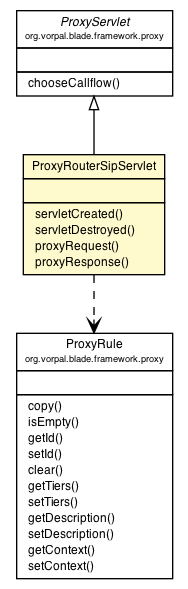
Earlier version of the Graphviz export blade/vorpal-blade-proxy-router/org/vorpal/blade/services/proxy/router/ProxyRouterSipServlet.png (vorpalnet/vorpalnet.github.io). Its source is kept beside it as blade/vorpal-blade-proxy-router/org/vorpal/blade/services/proxy/router/ProxyRouterSipServlet.dot. Source of this version:
```dot

digraph G {
	edge [fontname="Helvetica",fontsize=10,labelfontname="Helvetica",labelfontsize=10];
	node [fontname="Helvetica",fontsize=10,shape=plaintext];
	nodesep=0.25;
	ranksep=0.5;
	c57 [label=<<table title="org.vorpal.blade.services.proxy.router.ProxyRouterSipServlet" border="0" cellborder="1" cellspacing="0" cellpadding="2" port="p" bgcolor="lemonChiffon" href="./ProxyRouterSipServlet.html">
		<tr><td><table border="0" cellspacing="0" cellpadding="1">
<tr><td align="center" balign="center"> ProxyRouterSipServlet </td></tr>
		</table></td></tr>
		<tr><td><table border="0" cellspacing="0" cellpadding="1">
<tr><td align="left" balign="left">  </td></tr>
		</table></td></tr>
		<tr><td><table border="0" cellspacing="0" cellpadding="1">
<tr><td align="left" balign="left">  servletCreated() </td></tr>
<tr><td align="left" balign="left">  servletDestroyed() </td></tr>
<tr><td align="left" balign="left">  proxyRequest() </td></tr>
<tr><td align="left" balign="left">  proxyResponse() </td></tr>
		</table></td></tr>
		</table>>, fontname="Helvetica", fontcolor="black", fontsize=9.0];
	c59:p -> c57:p [dir=back,arrowtail=empty];
	c57:p -> c60:p [taillabel="", label="", headlabel="", fontname="Helvetica", fontcolor="black", fontsize=10.0, color="black", arrowhead=open, style=dashed];
	c60 [label=<<table title="org.vorpal.blade.framework.proxy.ProxyRule" border="0" cellborder="1" cellspacing="0" cellpadding="2" port="p" href="http://java.sun.com/j2se/1.4.2/docs/api/org/vorpal/blade/framework/proxy/ProxyRule.html">
		<tr><td><table border="0" cellspacing="0" cellpadding="1">
<tr><td align="center" balign="center"> ProxyRule </td></tr>
<tr><td align="center" balign="center"><font point-size="7.0"> org.vorpal.blade.framework.proxy </font></td></tr>
		</table></td></tr>
		<tr><td><table border="0" cellspacing="0" cellpadding="1">
<tr><td align="left" balign="left">  </td></tr>
		</table></td></tr>
		<tr><td><table border="0" cellspacing="0" cellpadding="1">
<tr><td align="left" balign="left">  copy() </td></tr>
<tr><td align="left" balign="left">  isEmpty() </td></tr>
<tr><td align="left" balign="left">  getId() </td></tr>
<tr><td align="left" balign="left">  setId() </td></tr>
<tr><td align="left" balign="left">  clear() </td></tr>
<tr><td align="left" balign="left">  getTiers() </td></tr>
<tr><td align="left" balign="left">  setTiers() </td></tr>
<tr><td align="left" balign="left">  getDescription() </td></tr>
<tr><td align="left" balign="left">  setDescription() </td></tr>
<tr><td align="left" balign="left">  getContext() </td></tr>
<tr><td align="left" balign="left">  setContext() </td></tr>
		</table></td></tr>
		</table>>, fontname="Helvetica", fontcolor="black", fontsize=9.0];
	c59 [label=<<table title="org.vorpal.blade.framework.proxy.ProxyServlet" border="0" cellborder="1" cellspacing="0" cellpadding="2" port="p" href="http://java.sun.com/j2se/1.4.2/docs/api/org/vorpal/blade/framework/proxy/ProxyServlet.html">
		<tr><td><table border="0" cellspacing="0" cellpadding="1">
<tr><td align="center" balign="center"><font face="Helvetica-Oblique"> ProxyServlet </font></td></tr>
<tr><td align="center" balign="center"><font point-size="7.0"> org.vorpal.blade.framework.proxy </font></td></tr>
		</table></td></tr>
		<tr><td><table border="0" cellspacing="0" cellpadding="1">
<tr><td align="left" balign="left">  </td></tr>
		</table></td></tr>
		<tr><td><table border="0" cellspacing="0" cellpadding="1">
<tr><td align="left" balign="left">  chooseCallflow() </td></tr>
		</table></td></tr>
		</table>>, fontname="Helvetica", fontcolor="black", fontsize=9.0];
}
```
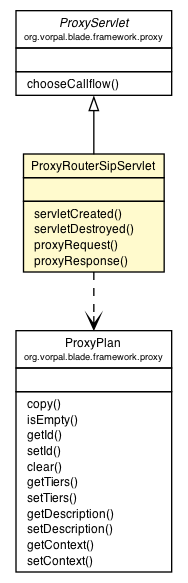
After the commit.

Change to the diagram source:
```diff
@@ -4,7 +4,7 @@
 	node [fontname="Helvetica",fontsize=10,shape=plaintext];
 	nodesep=0.25;
 	ranksep=0.5;
-	c57 [label=<<table title="org.vorpal.blade.services.proxy.router.ProxyRouterSipServlet" border="0" cellborder="1" cellspacing="0" cellpadding="2" port="p" bgcolor="lemonChiffon" href="./ProxyRouterSipServlet.html">
+	c67 [label=<<table title="org.vorpal.blade.services.proxy.router.ProxyRouterSipServlet" border="0" cellborder="1" cellspacing="0" cellpadding="2" port="p" bgcolor="lemonChiffon" href="./ProxyRouterSipServlet.html">
 		<tr><td><table border="0" cellspacing="0" cellpadding="1">
 <tr><td align="center" balign="center"> ProxyRouterSipServlet </td></tr>
 		</table></td></tr>
@@ -18,11 +18,23 @@
 <tr><td align="left" balign="left">  proxyResponse() </td></tr>
 		</table></td></tr>
 		</table>>, fontname="Helvetica", fontcolor="black", fontsize=9.0];
-	c59:p -> c57:p [dir=back,arrowtail=empty];
-	c57:p -> c60:p [taillabel="", label="", headlabel="", fontname="Helvetica", fontcolor="black", fontsize=10.0, color="black", arrowhead=open, style=dashed];
-	c60 [label=<<table title="org.vorpal.blade.framework.proxy.ProxyRule" border="0" cellborder="1" cellspacing="0" cellpadding="2" port="p" href="http://java.sun.com/j2se/1.4.2/docs/api/org/vorpal/blade/framework/proxy/ProxyRule.html">
+	c69:p -> c67:p [dir=back,arrowtail=empty];
+	c67:p -> c70:p [taillabel="", label="", headlabel="", fontname="Helvetica", fontcolor="black", fontsize=10.0, color="black", arrowhead=open, style=dashed];
+	c69 [label=<<table title="org.vorpal.blade.framework.proxy.ProxyServlet" border="0" cellborder="1" cellspacing="0" cellpadding="2" port="p" href="http://java.sun.com/j2se/1.4.2/docs/api/org/vorpal/blade/framework/proxy/ProxyServlet.html">
 		<tr><td><table border="0" cellspacing="0" cellpadding="1">
-<tr><td align="center" balign="center"> ProxyRule </td></tr>
+<tr><td align="center" balign="center"><font face="Helvetica-Oblique"> ProxyServlet </font></td></tr>
+<tr><td align="center" balign="center"><font point-size="7.0"> org.vorpal.blade.framework.proxy </font></td></tr>
+		</table></td></tr>
+		<tr><td><table border="0" cellspacing="0" cellpadding="1">
+<tr><td align="left" balign="left">  </td></tr>
+		</table></td></tr>
+		<tr><td><table border="0" cellspacing="0" cellpadding="1">
+<tr><td align="left" balign="left">  chooseCallflow() </td></tr>
+		</table></td></tr>
+		</table>>, fontname="Helvetica", fontcolor="black", fontsize=9.0];
+	c70 [label=<<table title="org.vorpal.blade.framework.proxy.ProxyPlan" border="0" cellborder="1" cellspacing="0" cellpadding="2" port="p" href="http://java.sun.com/j2se/1.4.2/docs/api/org/vorpal/blade/framework/proxy/ProxyPlan.html">
+		<tr><td><table border="0" cellspacing="0" cellpadding="1">
+<tr><td align="center" balign="center"> ProxyPlan </td></tr>
 <tr><td align="center" balign="center"><font point-size="7.0"> org.vorpal.blade.framework.proxy </font></td></tr>
 		</table></td></tr>
 		<tr><td><table border="0" cellspacing="0" cellpadding="1">
@@ -42,16 +54,4 @@
 <tr><td align="left" balign="left">  setContext() </td></tr>
 		</table></td></tr>
 		</table>>, fontname="Helvetica", fontcolor="black", fontsize=9.0];
-	c59 [label=<<table title="org.vorpal.blade.framework.proxy.ProxyServlet" border="0" cellborder="1" cellspacing="0" cellpadding="2" port="p" href="http://java.sun.com/j2se/1.4.2/docs/api/org/vorpal/blade/framework/proxy/ProxyServlet.html">
-		<tr><td><table border="0" cellspacing="0" cellpadding="1">
-<tr><td align="center" balign="center"><font face="Helvetica-Oblique"> ProxyServlet </font></td></tr>
-<tr><td align="center" balign="center"><font point-size="7.0"> org.vorpal.blade.framework.proxy </font></td></tr>
-		</table></td></tr>
-		<tr><td><table border="0" cellspacing="0" cellpadding="1">
-<tr><td align="left" balign="left">  </td></tr>
-		</table></td></tr>
-		<tr><td><table border="0" cellspacing="0" cellpadding="1">
-<tr><td align="left" balign="left">  chooseCallflow() </td></tr>
-		</table></td></tr>
-		</table>>, fontname="Helvetica", fontcolor="black", fontsize=9.0];
 }
```
